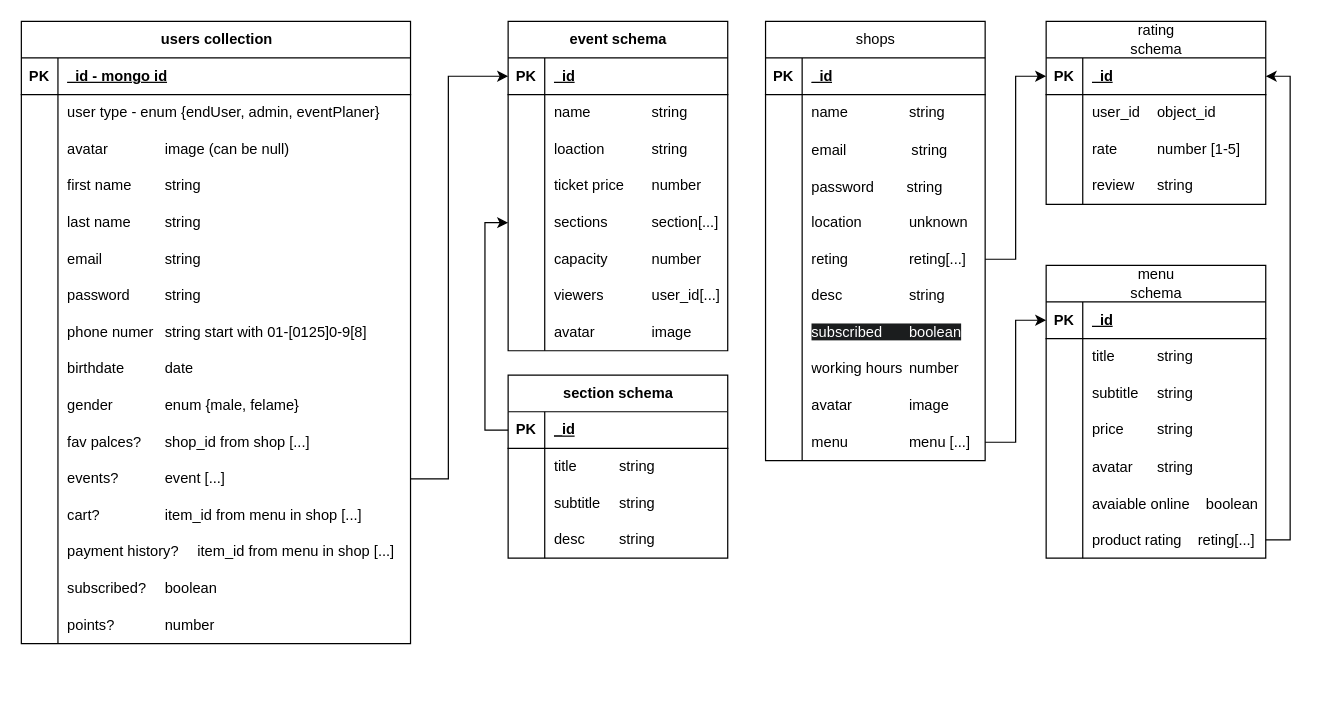
Earlier version of the draw.io diagram page "collections" (3 of 3) of docs/EcoSphere.drawio (marinaeleshaa/EcoSphere). Source tidied: cells renumbered, new cells numbered last; positions are measured from the earlier drawing's top-left corner, leaving out a move shared by most shapes. Both pictures are drawn from the tidied source at 122%, with x=0, y=0 at pixel (21, 21).
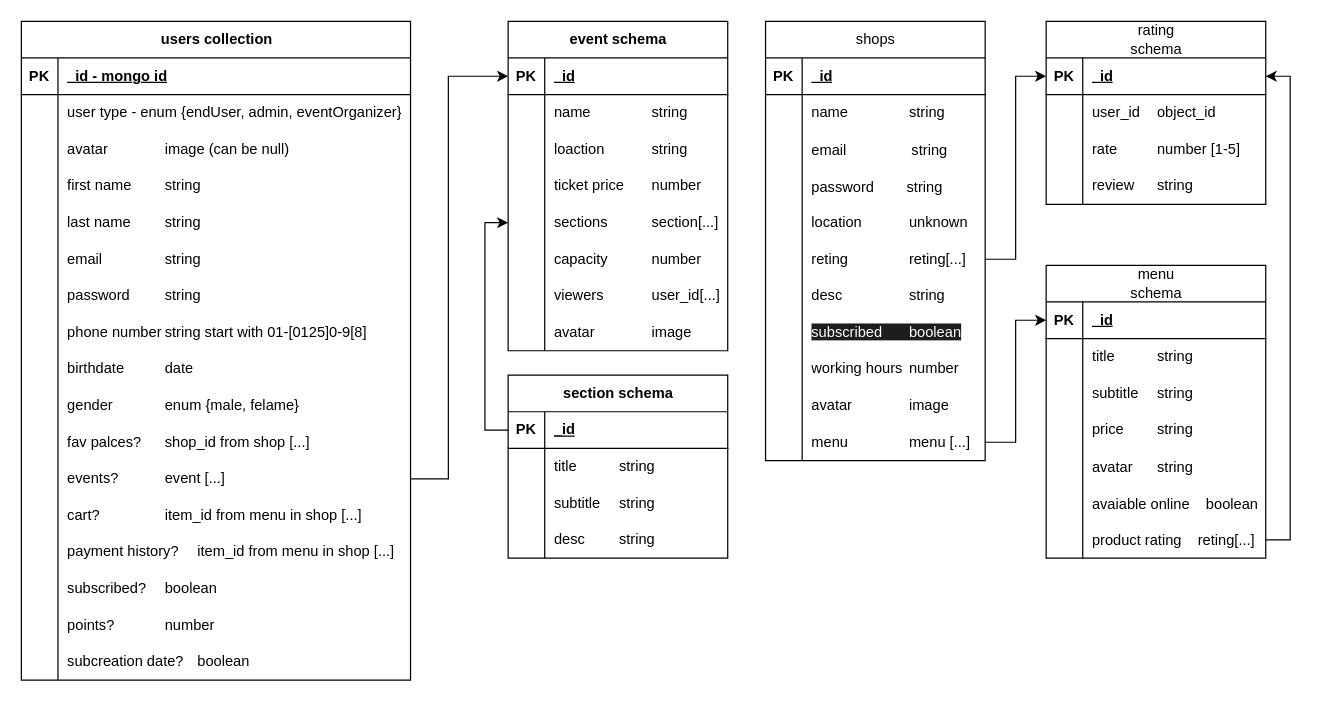
The same diagram, later.

Unchanged cells that the change refers to:
```xml
<mxCell id="6" style="shape=tableRow;horizontal=0;startSize=0;swimlaneHead=0;swimlaneBody=0;fillColor=none;top=0;left=0;right=0;bottom=0;" parent="2" vertex="1">
  <mxGeometry y="60" width="319" height="30" as="geometry" />
</mxCell>
<mxCell id="24" style="shape=tableRow;horizontal=0;startSize=0;swimlaneHead=0;swimlaneBody=0;fillColor=none;top=0;left=0;right=0;bottom=0;" parent="2" vertex="1">
  <mxGeometry y="240" width="319" height="30" as="geometry" />
</mxCell>
```

Change to the diagram source:
```diff
@@
     <mxCell id="2" value="users collection" style="shape=table;startSize=30;childLayout=tableLayout;rowLines=0;fontStyle=1;align=center;html=1;" parent="1" vertex="1">
-      <mxGeometry width="319" height="510" as="geometry" />
+      <mxGeometry width="319" height="540" as="geometry" />
     </mxCell>
@@
-    <mxCell id="8" value="&lt;span style=&quot;text-align: center;&quot;&gt;user type - enum {endUser, admin, eventPlaner}&lt;/span&gt;" style="shape=partialRectangle;fillColor=none;top=0;left=0;bottom=0;right=0;align=left;spacingLeft=6;overflow=hidden;whiteSpace=wrap;html=1;" parent="6" vertex="1">
+    <mxCell id="8" value="&lt;span style=&quot;text-align: center;&quot;&gt;user type - enum {endUser, admin, eventOrganizer}&lt;/span&gt;" style="shape=partialRectangle;fillColor=none;top=0;left=0;bottom=0;right=0;align=left;spacingLeft=6;overflow=hidden;whiteSpace=wrap;html=1;" parent="6" vertex="1">
       <mxGeometry x="30" width="289" height="30" as="geometry" />
     </mxCell>
@@
-    <mxCell id="26" value="phone numer&lt;span style=&quot;white-space: pre;&quot;&gt;&#9;&lt;/span&gt;string start with 01-[0125]0-9[8]" style="shape=partialRectangle;fillColor=none;top=0;left=0;bottom=0;right=0;align=left;spacingLeft=6;overflow=hidden;whiteSpace=wrap;html=1;" parent="24" vertex="1">
+    <mxCell id="26" value="phone number&lt;span style=&quot;white-space: pre;&quot;&gt;&#9;&lt;/span&gt;string start with 01-[0125]0-9[8]" style="shape=partialRectangle;fillColor=none;top=0;left=0;bottom=0;right=0;align=left;spacingLeft=6;overflow=hidden;whiteSpace=wrap;html=1;" parent="24" vertex="1">
       <mxGeometry x="30" width="289" height="30" as="geometry" />
     </mxCell>
@@
+    <mxCell id="163" style="shape=tableRow;horizontal=0;startSize=0;swimlaneHead=0;swimlaneBody=0;fillColor=none;top=0;left=0;right=0;bottom=0;" parent="2" vertex="1">
+      <mxGeometry y="510" width="319" height="30" as="geometry" />
+    </mxCell>
+    <mxCell id="164" style="shape=partialRectangle;fillColor=none;top=0;left=0;bottom=0;right=0;overflow=hidden;whiteSpace=wrap;html=1;" parent="163" vertex="1">
+      <mxGeometry width="30" height="30" as="geometry" />
+    </mxCell>
+    <mxCell id="165" value="subcreation date&lt;span style=&quot;text-align: center;&quot;&gt;?&lt;span style=&quot;white-space: pre;&quot;&gt;&#9;&lt;/span&gt;boolean&lt;/span&gt;" style="shape=partialRectangle;fillColor=none;top=0;left=0;bottom=0;right=0;align=left;spacingLeft=6;overflow=hidden;whiteSpace=wrap;html=1;" parent="163" vertex="1">
+      <mxGeometry x="30" width="289" height="30" as="geometry" />
+    </mxCell>
```
